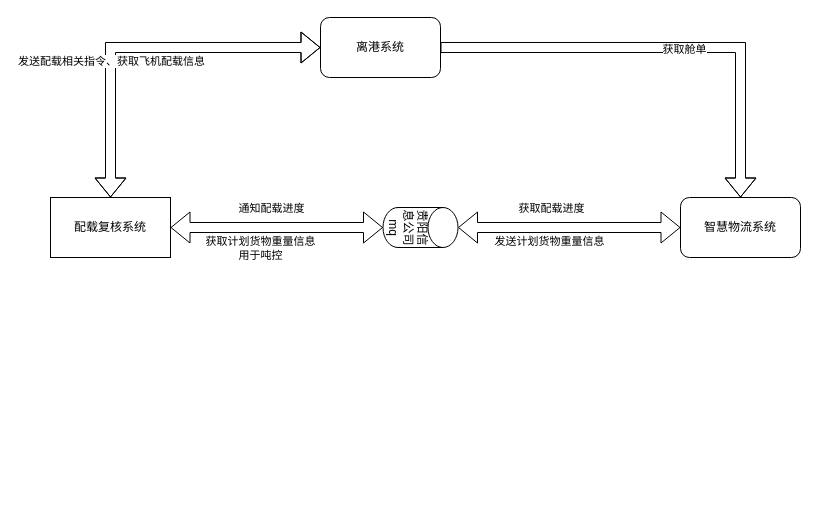
Above: pz数据流向图.drawio in yang981209/gitskills (draw.io), before the change. Source tidied: cells renumbered, new cells numbered last; positions are measured from the earlier drawing's top-left corner, leaving out a move shared by most shapes. Both pictures are drawn from the tidied source at 100%, with x=0, y=0 at pixel (50, 17).
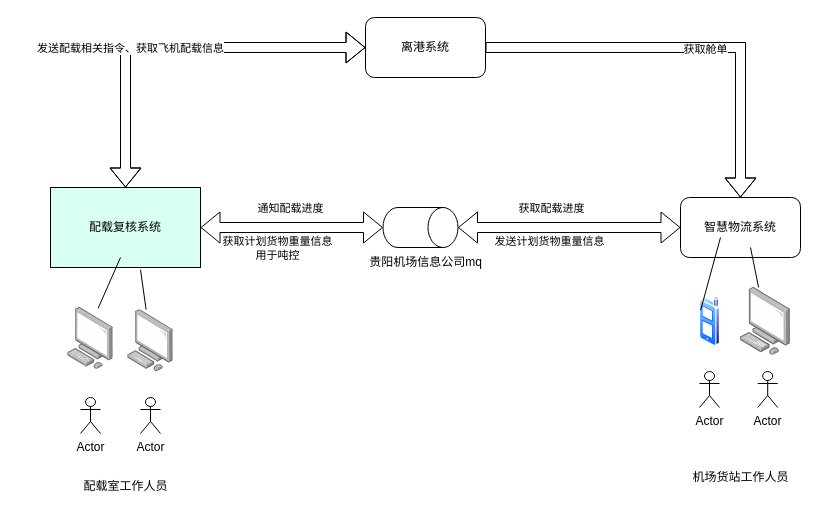
The same diagram, later.

Commit message:
更新pz数据流向图.drawio

Diff of the diagram source:
```diff
@@
-    <mxCell id="5" value="配载复核系统" style="rounded=0;whiteSpace=wrap;html=1;" parent="1" vertex="1">
-      <mxGeometry y="180" width="120" height="60" as="geometry" />
+    <mxCell id="5" value="配载复核系统" style="rounded=0;whiteSpace=wrap;html=1;fillColor=#D9FFF1;" parent="1" vertex="1">
+      <mxGeometry y="170" width="150" height="80" as="geometry" />
     </mxCell>
@@
     <mxCell id="10" value="离港系统" style="rounded=1;whiteSpace=wrap;html=1;" parent="1" vertex="1">
-      <mxGeometry x="270" width="120" height="60" as="geometry" />
+      <mxGeometry x="315" width="120" height="60" as="geometry" />
     </mxCell>
@@
-    <mxCell id="14" value="贵阳信息公司mq" style="shape=cylinder3;whiteSpace=wrap;html=1;boundedLbl=1;backgroundOutline=1;size=15;rotation=90;" parent="1" vertex="1">
+    <mxCell id="14" value="&lt;p style=&quot;line-height: 150%;&quot;&gt;&lt;br&gt;&lt;/p&gt;" style="shape=cylinder3;whiteSpace=wrap;html=1;boundedLbl=1;backgroundOutline=1;size=15;rotation=90;" parent="1" vertex="1">
       <mxGeometry x="350" y="172.5" width="40" height="75" as="geometry" />
     </mxCell>
@@
+    <mxCell id="16" value="贵阳机场信息公司mq" style="text;html=1;align=center;verticalAlign=middle;strokeColor=none;fillColor=none;" parent="1" vertex="1">
+      <mxGeometry x="305" y="230" width="140" height="30" as="geometry" />
+    </mxCell>
+    <mxCell id="17" value="Actor" style="shape=umlActor;verticalLabelPosition=bottom;verticalAlign=top;html=1;" parent="1" vertex="1">
+      <mxGeometry x="649" y="354" width="20" height="36" as="geometry" />
+    </mxCell>
+    <mxCell id="18" value="配载室工作人员" style="text;html=1;align=center;verticalAlign=middle;strokeColor=none;fillColor=none;" parent="1" vertex="1">
+      <mxGeometry x="20" y="454" width="110" height="30" as="geometry" />
+    </mxCell>
+    <mxCell id="19" value="机场货站工作人员" style="text;html=1;align=center;verticalAlign=middle;strokeColor=none;fillColor=none;" parent="1" vertex="1">
+      <mxGeometry x="630" y="445" width="120" height="30" as="geometry" />
+    </mxCell>
+    <mxCell id="20" style="image;perimeter=ellipsePerimeter;html=1;align=center;shadow=0;dashed=0;spacingTop=3;image=img/lib/active_directory/cell_phone.svg;" parent="1" vertex="1">
+      <mxGeometry x="649" y="278.9" width="21" height="50" as="geometry" />
+    </mxCell>
+    <mxCell id="21" style="image;points=[];html=1;align=center;shadow=0;dashed=0;image=img/lib/allied_telesis/computer_and_terminals/Personal_Computer.svg;" parent="1" vertex="1">
+      <mxGeometry x="17.2" y="290" width="45.6" height="61.8" as="geometry" />
+    </mxCell>
+    <mxCell id="22" style="image;points=[];html=1;align=center;shadow=0;dashed=0;image=img/lib/allied_telesis/computer_and_terminals/Personal_Computer.svg;" parent="1" vertex="1">
+      <mxGeometry x="77.2" y="292.2" width="45.6" height="61.8" as="geometry" />
+    </mxCell>
+    <mxCell id="23" style="image;points=[];html=1;align=center;shadow=0;dashed=0;image=img/lib/allied_telesis/computer_and_terminals/Personal_Computer.svg;" parent="1" vertex="1">
+      <mxGeometry x="690" y="270" width="50" height="67.8" as="geometry" />
+    </mxCell>
+    <mxCell id="24" value="Actor" style="shape=umlActor;verticalLabelPosition=bottom;verticalAlign=top;html=1;" parent="1" vertex="1">
+      <mxGeometry x="707.2" y="354" width="20" height="36" as="geometry" />
+    </mxCell>
+    <mxCell id="25" value="Actor" style="shape=umlActor;verticalLabelPosition=bottom;verticalAlign=top;html=1;" parent="1" vertex="1">
+      <mxGeometry x="30" y="380" width="20" height="36" as="geometry" />
+    </mxCell>
+    <mxCell id="26" value="Actor" style="shape=umlActor;verticalLabelPosition=bottom;verticalAlign=top;html=1;" parent="1" vertex="1">
+      <mxGeometry x="90" y="380" width="20" height="36" as="geometry" />
+    </mxCell>
+    <mxCell id="27" style="edgeStyle=orthogonalEdgeStyle;shape=flexArrow;rounded=0;orthogonalLoop=1;jettySize=auto;html=1;exitX=0.5;exitY=1;exitDx=0;exitDy=0;" parent="1" edge="1" source="5" target="5">
+      <mxGeometry relative="1" as="geometry" />
+    </mxCell>
+    <mxCell id="28" style="endArrow=none;html=1;rounded=0;exitX=0.667;exitY=0.014;exitDx=0;exitDy=0;exitPerimeter=0;" parent="1" edge="1" source="21">
+      <mxGeometry relative="1" as="geometry">
+        <mxPoint x="70" y="240" as="targetPoint" />
+      </mxGeometry>
+    </mxCell>
+    <mxCell id="29" style="endArrow=none;html=1;rounded=0;" parent="1" edge="1" source="22">
+      <mxGeometry relative="1" as="geometry">
+        <mxPoint x="90" y="252.2" as="targetPoint" />
+      </mxGeometry>
+    </mxCell>
+    <mxCell id="30" style="endArrow=none;html=1;rounded=0;exitX=0;exitY=0.25;exitDx=0;exitDy=0;" parent="1" edge="1" source="20">
+      <mxGeometry relative="1" as="geometry">
+        <mxPoint x="670" y="220" as="targetPoint" />
+      </mxGeometry>
+    </mxCell>
+    <mxCell id="31" style="endArrow=none;html=1;rounded=0;" parent="1" edge="1" source="23">
+      <mxGeometry relative="1" as="geometry">
+        <mxPoint x="700" y="230" as="targetPoint" />
+      </mxGeometry>
+    </mxCell>
```
